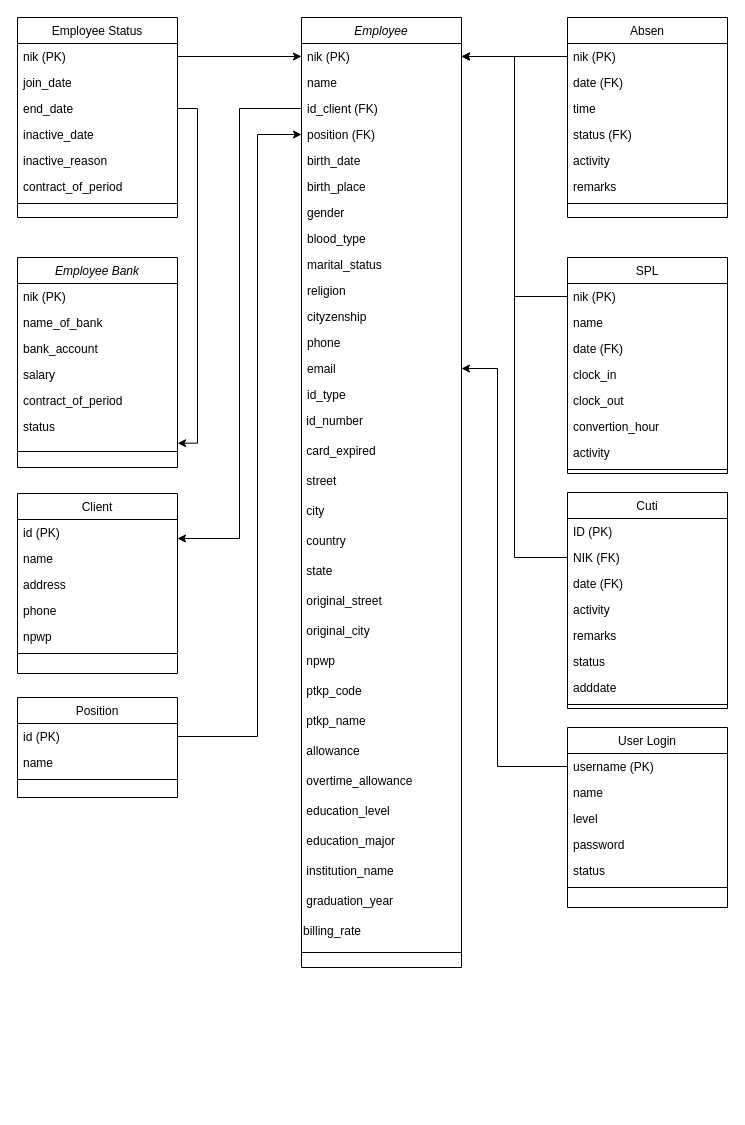
w4hyud1/leni_karyawan keeps this draw.io diagram as ERD.drawio. Above is the earlier version. Source tidied: cells renumbered, new cells numbered last; positions are measured from the earlier drawing's top-left corner, leaving out a move shared by most shapes. Both pictures are drawn from the tidied source at 100%, with x=0, y=0 at pixel (17, 17).
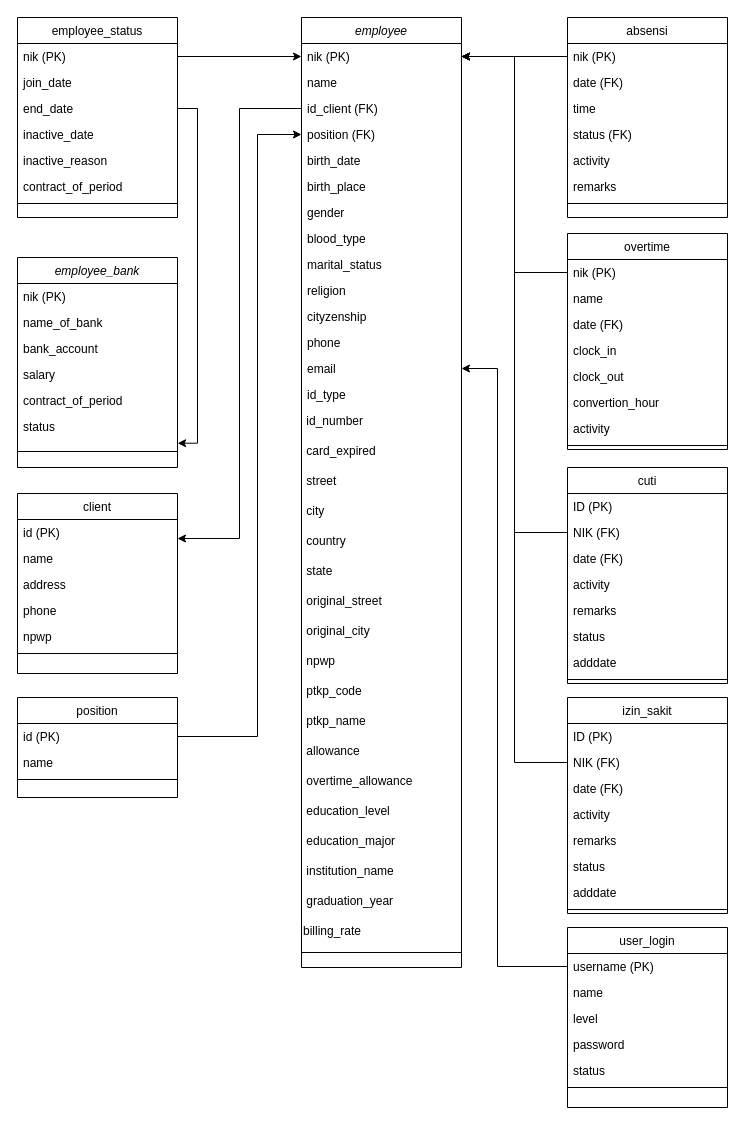
The same page after the edit.

The change refers to these unchanged cells:
```xml
<mxCell id="27" value="nik (PK)" style="text;align=left;verticalAlign=top;spacingLeft=4;spacingRight=4;overflow=hidden;points=[[0,0.5],[1,0.5]];portConstraint=eastwest;rounded=0;shadow=0;html=0;" parent="26" vertex="1">
  <mxGeometry y="26" width="160" height="26" as="geometry" />
</mxCell>
<mxCell id="39" value="email" style="text;align=left;verticalAlign=top;spacingLeft=4;spacingRight=4;overflow=hidden;points=[[0,0.5],[1,0.5]];portConstraint=eastwest;rounded=0;shadow=0;html=0;" parent="26" vertex="1">
  <mxGeometry y="338" width="160" height="26" as="geometry" />
</mxCell>
<mxCell id="81" value="username (PK)" style="text;align=left;verticalAlign=top;spacingLeft=4;spacingRight=4;overflow=hidden;points=[[0,0.5],[1,0.5]];portConstraint=eastwest;" parent="80" vertex="1">
  <mxGeometry y="26" width="160" height="26" as="geometry" />
</mxCell>
```

Change to the diagram source:
```diff
@@
-    <mxCell id="2" value="Employee Bank" style="swimlane;fontStyle=2;align=center;verticalAlign=top;horizontal=1;startSize=26;rounded=0;shadow=0;strokeWidth=1;" parent="1" vertex="1">
+    <mxCell id="2" value="employee_bank" style="swimlane;fontStyle=2;align=center;verticalAlign=top;horizontal=1;startSize=26;rounded=0;shadow=0;strokeWidth=1;" parent="1" vertex="1">
       <mxGeometry y="240" width="160" height="210" as="geometry" />
     </mxCell>
@@
-    <mxCell id="10" value="Employee Status" style="swimlane;fontStyle=0;align=center;verticalAlign=top;horizontal=1;startSize=26;rounded=0;shadow=0;strokeWidth=1;" parent="1" vertex="1">
+    <mxCell id="10" value="employee_status" style="swimlane;fontStyle=0;align=center;verticalAlign=top;horizontal=1;startSize=26;rounded=0;shadow=0;strokeWidth=1;" parent="1" vertex="1">
       <mxGeometry width="160" height="200" as="geometry" />
     </mxCell>
@@
-    <mxCell id="18" value="Absen" style="swimlane;fontStyle=0;align=center;verticalAlign=top;horizontal=1;startSize=26;rounded=0;shadow=0;strokeWidth=1;" parent="1" vertex="1">
+    <mxCell id="18" value="absensi" style="swimlane;fontStyle=0;align=center;verticalAlign=top;horizontal=1;startSize=26;rounded=0;shadow=0;strokeWidth=1;" parent="1" vertex="1">
       <mxGeometry x="550" width="160" height="200" as="geometry" />
     </mxCell>
@@
-    <mxCell id="26" value="Employee" style="swimlane;fontStyle=2;align=center;verticalAlign=top;horizontal=1;startSize=26;rounded=0;shadow=0;strokeWidth=1;" parent="1" vertex="1">
+    <mxCell id="26" value="employee" style="swimlane;fontStyle=2;align=center;verticalAlign=top;horizontal=1;startSize=26;rounded=0;shadow=0;strokeWidth=1;" parent="1" vertex="1">
       <mxGeometry x="284" width="160" height="950" as="geometry" />
     </mxCell>
@@
-    <mxCell id="60" value="Client" style="swimlane;fontStyle=0;align=center;verticalAlign=top;horizontal=1;startSize=26;rounded=0;shadow=0;strokeWidth=1;" parent="1" vertex="1">
+    <mxCell id="60" value="client" style="swimlane;fontStyle=0;align=center;verticalAlign=top;horizontal=1;startSize=26;rounded=0;shadow=0;strokeWidth=1;" parent="1" vertex="1">
       <mxGeometry y="476" width="160" height="180" as="geometry" />
     </mxCell>
@@
-    <mxCell id="67" value="Position" style="swimlane;fontStyle=0;align=center;verticalAlign=top;horizontal=1;startSize=26;rounded=0;shadow=0;strokeWidth=1;" parent="1" vertex="1">
+    <mxCell id="67" value="position" style="swimlane;fontStyle=0;align=center;verticalAlign=top;horizontal=1;startSize=26;rounded=0;shadow=0;strokeWidth=1;" parent="1" vertex="1">
       <mxGeometry y="680" width="160" height="100" as="geometry" />
     </mxCell>
@@
-    <mxCell id="71" value="SPL" style="swimlane;fontStyle=0;align=center;verticalAlign=top;horizontal=1;startSize=26;rounded=0;shadow=0;strokeWidth=1;" parent="1" vertex="1">
-      <mxGeometry x="550" y="240" width="160" height="216" as="geometry" />
+    <mxCell id="71" value="overtime" style="swimlane;fontStyle=0;align=center;verticalAlign=top;horizontal=1;startSize=26;rounded=0;shadow=0;strokeWidth=1;" parent="1" vertex="1">
+      <mxGeometry x="550" y="216" width="160" height="216" as="geometry" />
     </mxCell>
@@
-    <mxCell id="80" value="User Login" style="swimlane;fontStyle=0;align=center;verticalAlign=top;horizontal=1;startSize=26;rounded=0;shadow=0;strokeWidth=1;" parent="1" vertex="1">
-      <mxGeometry x="550" y="710" width="160" height="180" as="geometry" />
+    <mxCell id="80" value="user_login" style="swimlane;fontStyle=0;align=center;verticalAlign=top;horizontal=1;startSize=26;rounded=0;shadow=0;strokeWidth=1;" parent="1" vertex="1">
+      <mxGeometry x="550" y="910" width="160" height="180" as="geometry" />
     </mxCell>
@@
     <mxCell id="92" style="edgeStyle=orthogonalEdgeStyle;rounded=0;jettySize=auto;html=1;exitX=0;exitY=0.5;exitDx=0;exitDy=0;entryX=1;entryY=0.5;entryDx=0;entryDy=0;" parent="1" edge="1" source="81" target="39">
       <mxGeometry relative="1" as="geometry">
         <Array as="points">
-          <mxPoint x="480" y="749" />
+          <mxPoint x="480" y="949" />
           <mxPoint x="480" y="351" />
         </Array>
       </mxGeometry>
     </mxCell>
@@
-    <mxCell id="94" value="Cuti" style="swimlane;fontStyle=0;align=center;verticalAlign=top;horizontal=1;startSize=26;rounded=0;shadow=0;strokeWidth=1;" parent="1" vertex="1">
-      <mxGeometry x="550" y="475" width="160" height="216" as="geometry" />
+    <mxCell id="94" value="cuti" style="swimlane;fontStyle=0;align=center;verticalAlign=top;horizontal=1;startSize=26;rounded=0;shadow=0;strokeWidth=1;" parent="1" vertex="1">
+      <mxGeometry x="550" y="450" width="160" height="216" as="geometry" />
     </mxCell>
@@
+    <mxCell id="104" value="izin_sakit" style="swimlane;fontStyle=0;align=center;verticalAlign=top;horizontal=1;startSize=26;rounded=0;shadow=0;strokeWidth=1;" parent="1" vertex="1">
+      <mxGeometry x="550" y="680" width="160" height="216" as="geometry" />
+    </mxCell>
+    <mxCell id="105" value="ID (PK)" style="text;align=left;verticalAlign=top;spacingLeft=4;spacingRight=4;overflow=hidden;" parent="104" vertex="1">
+      <mxGeometry y="26" width="160" height="26" as="geometry" />
+    </mxCell>
+    <mxCell id="106" value="NIK (FK)" style="text;align=left;verticalAlign=top;spacingLeft=4;spacingRight=4;overflow=hidden;points=[[0,0.5],[1,0.5]];portConstraint=eastwest;" parent="104" vertex="1">
+      <mxGeometry y="52" width="160" height="26" as="geometry" />
+    </mxCell>
+    <mxCell id="107" value="date (FK)" style="text;align=left;verticalAlign=top;spacingLeft=4;spacingRight=4;overflow=hidden;" parent="104" vertex="1">
+      <mxGeometry y="78" width="160" height="26" as="geometry" />
+    </mxCell>
+    <mxCell id="108" value="activity" style="text;align=left;verticalAlign=top;spacingLeft=4;spacingRight=4;overflow=hidden;" parent="104" vertex="1">
+      <mxGeometry y="104" width="160" height="26" as="geometry" />
+    </mxCell>
+    <mxCell id="109" value="remarks" style="text;align=left;verticalAlign=top;spacingLeft=4;spacingRight=4;overflow=hidden;" parent="104" vertex="1">
+      <mxGeometry y="130" width="160" height="26" as="geometry" />
+    </mxCell>
+    <mxCell id="110" value="status" style="text;align=left;verticalAlign=top;spacingLeft=4;spacingRight=4;overflow=hidden;" parent="104" vertex="1">
+      <mxGeometry y="156" width="160" height="26" as="geometry" />
+    </mxCell>
+    <mxCell id="111" value="adddate" style="text;align=left;verticalAlign=top;spacingLeft=4;spacingRight=4;overflow=hidden;" parent="104" vertex="1">
+      <mxGeometry y="182" width="160" height="26" as="geometry" />
+    </mxCell>
+    <mxCell id="112" style="line;html=1;strokeWidth=1;align=left;verticalAlign=middle;spacingTop=-1;spacingLeft=3;spacingRight=3;labelPosition=right;" parent="104" vertex="1">
+      <mxGeometry y="208" width="160" height="8" as="geometry" />
+    </mxCell>
+    <mxCell id="113" style="edgeStyle=orthogonalEdgeStyle;rounded=0;jettySize=auto;html=1;exitX=0;exitY=0.5;exitDx=0;exitDy=0;entryX=1;entryY=0.5;entryDx=0;entryDy=0;" parent="1" edge="1" source="106" target="27">
+      <mxGeometry relative="1" as="geometry">
+        <Array as="points">
+          <mxPoint x="497" y="745" />
+          <mxPoint x="497" y="39" />
+        </Array>
+      </mxGeometry>
+    </mxCell>
```
